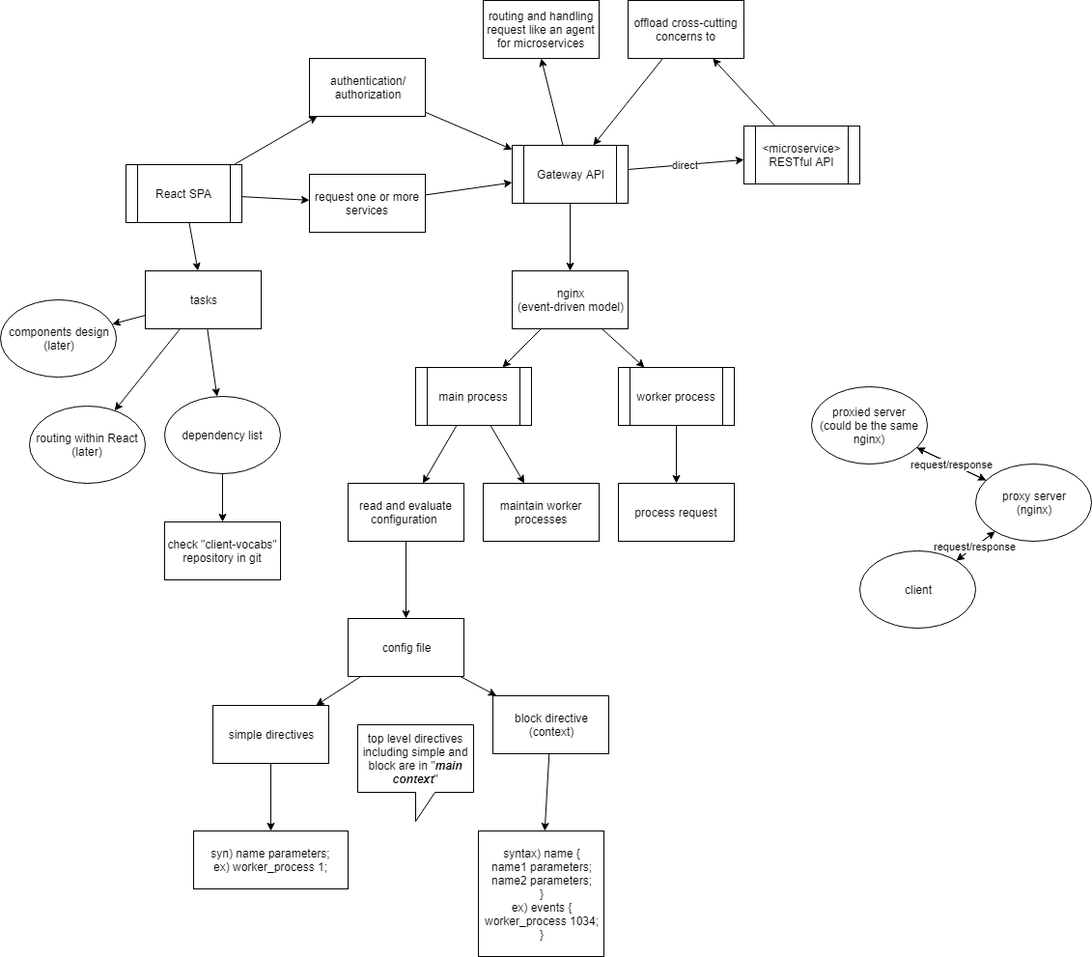
stsiwo/vocabs keeps this draw.io diagram as vocabs.png. Above is the earlier version. Source tidied: cells renumbered, new cells last; positions are measured from the earlier drawing's top-left corner, leaving out a move shared by most shapes.
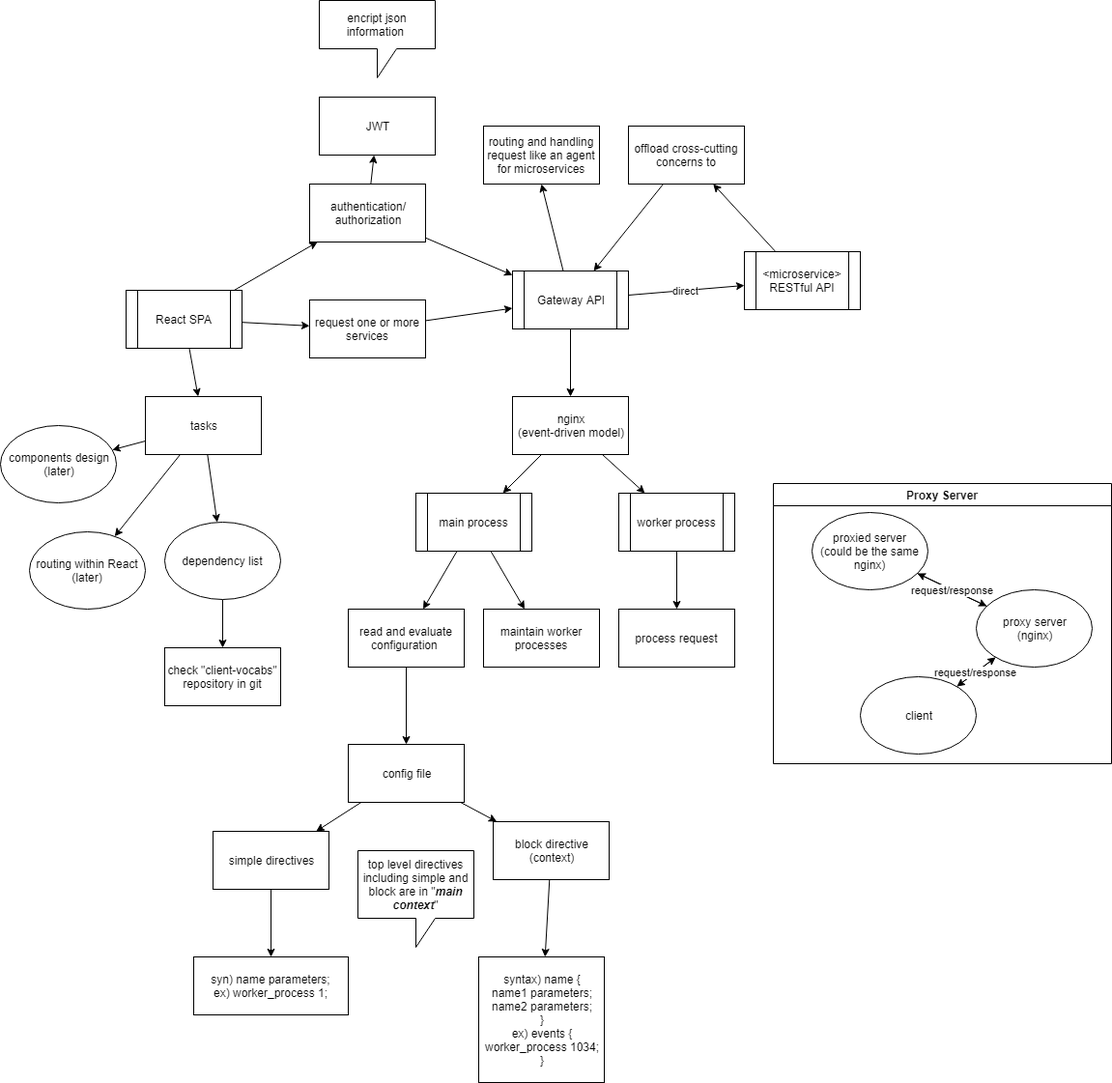
Later version of the same file.

What changed in the source:
```diff
@@ -62,9 +62,15 @@
     <mxCell id="21" style="edgeStyle=none;rounded=0;html=1;startArrow=none;startFill=0;endArrow=classic;endFill=1;jettySize=auto;" parent="1" edge="1" source="22" target="7">
       <mxGeometry relative="1" as="geometry" />
     </mxCell>
+    <mxCell id="57" style="edgeStyle=none;rounded=0;html=1;startArrow=none;startFill=0;endArrow=classic;endFill=1;jettySize=auto;" parent="1" edge="1" source="22" target="58">
+      <mxGeometry relative="1" as="geometry" />
+    </mxCell>
     <mxCell id="22" value="authentication/&lt;br&gt;authorization" style="rounded=0;whiteSpace=wrap;html=1;" parent="1" vertex="1">
       <mxGeometry x="320" y="60" width="120" height="60" as="geometry" />
     </mxCell>
+    <mxCell id="58" value="JWT" style="rounded=0;whiteSpace=wrap;html=1;" parent="1" vertex="1">
+      <mxGeometry x="330" y="-30" width="120" height="60" as="geometry" />
+    </mxCell>
     <mxCell id="23" style="edgeStyle=none;rounded=0;html=1;startArrow=none;startFill=0;endArrow=classic;endFill=1;jettySize=auto;" parent="1" edge="1" source="24" target="7">
       <mxGeometry relative="1" as="geometry" />
     </mxCell>
@@ -167,5 +173,11 @@
     <mxCell id="56" value="proxied server&lt;br&gt;(could be the same nginx)&lt;br&gt;" style="ellipse;whiteSpace=wrap;html=1;" parent="1" vertex="1">
       <mxGeometry x="840" y="400" width="120" height="80" as="geometry" />
     </mxCell>
+    <mxCell id="59" value="Proxy Server" style="swimlane;" parent="1" vertex="1">
+      <mxGeometry x="800" y="370" width="350" height="290" as="geometry" />
+    </mxCell>
+    <mxCell id="60" value="encript json information&amp;nbsp;" style="shape=callout;whiteSpace=wrap;html=1;perimeter=calloutPerimeter;" parent="1" vertex="1">
+      <mxGeometry x="330" y="-130" width="120" height="80" as="geometry" />
+    </mxCell>
   </root>
 </mxGraphModel>
```
